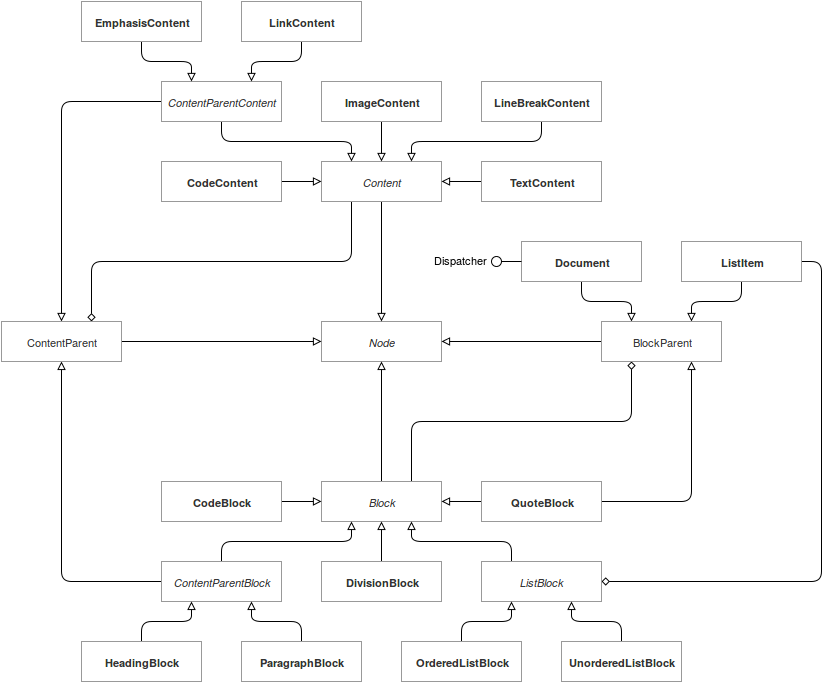
markdom/specification keeps this draw.io diagram as 1.0/resource/markdom-nodes.png. Above is the earlier version. Source tidied: cells renumbered, new cells last; positions are measured from the earlier drawing's top-left corner, leaving out a move shared by most shapes.
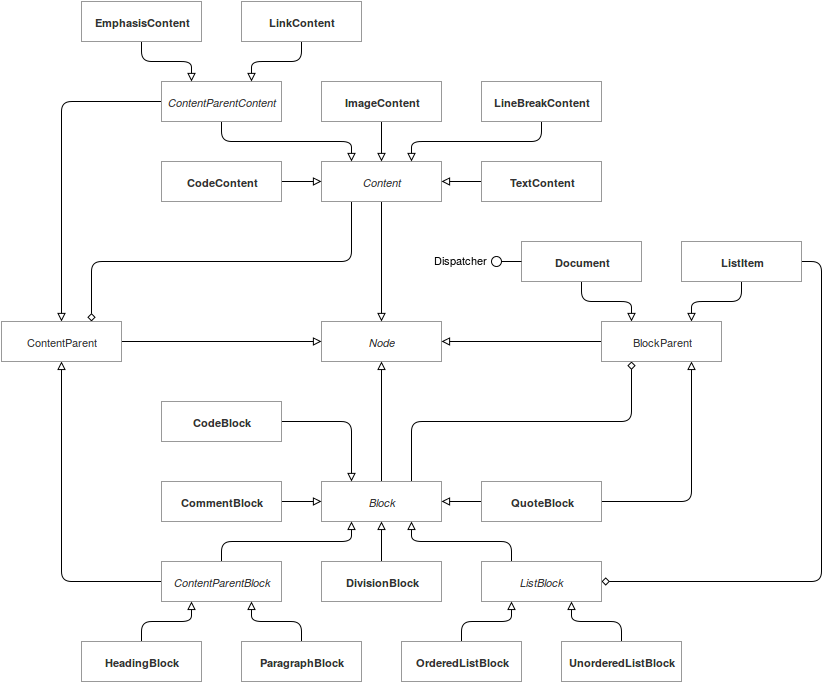
After the change.

Change to the diagram source:
```diff
@@ -64,7 +64,7 @@
     <mxCell id="20" style="edgeStyle=orthogonalEdgeStyle;rounded=0;html=1;exitX=1;exitY=0.5;entryX=0;entryY=0.5;endArrow=block;endFill=0;jettySize=auto;fontColor=#333333;fontSize=11;" parent="1" edge="1" source="21" target="7">
       <mxGeometry relative="1" as="geometry" />
     </mxCell>
-    <mxCell id="21" value="&lt;b&gt;CodeBlock&lt;/b&gt;" style="whiteSpace=wrap;html=1;strokeColor=#999999;fillColor=#ffffff;fontColor=#333333;fontSize=11;" parent="1" vertex="1">
+    <mxCell id="21" value="&lt;b&gt;CommentBlock&lt;/b&gt;" style="whiteSpace=wrap;html=1;strokeColor=#999999;fillColor=#ffffff;fontColor=#333333;fontSize=11;" parent="1" vertex="1">
       <mxGeometry x="160" y="480" width="120" height="40" as="geometry" />
     </mxCell>
     <mxCell id="22" style="edgeStyle=orthogonalEdgeStyle;rounded=1;html=1;exitX=0.5;exitY=0;entryX=0.25;entryY=1;endArrow=block;endFill=0;jettySize=auto;fontColor=#333333;fontSize=11;" parent="1" edge="1" source="24" target="7">
@@ -171,5 +171,11 @@
     <mxCell id="54" value="&lt;font style=&quot;font-size: 11px&quot;&gt;Dispatcher&lt;/font&gt;" style="text;html=1;strokeColor=none;fillColor=none;align=center;verticalAlign=middle;whiteSpace=wrap;overflow=hidden;fontSize=10;fontColor=#000000;" parent="1" vertex="1">
       <mxGeometry x="423" y="238" width="70" height="40" as="geometry" />
     </mxCell>
+    <mxCell id="55" style="edgeStyle=orthogonalEdgeStyle;rounded=1;html=1;exitX=1;exitY=0.5;entryX=0.25;entryY=0;startArrow=none;startFill=0;endArrow=block;endFill=0;jettySize=auto;strokeColor=#000000;strokeWidth=1;fontSize=10;fontColor=#000000;" parent="1" edge="1" source="56" target="7">
+      <mxGeometry relative="1" as="geometry" />
+    </mxCell>
+    <mxCell id="56" value="&lt;b&gt;CodeBlock&lt;/b&gt;" style="whiteSpace=wrap;html=1;strokeColor=#999999;fillColor=#ffffff;fontColor=#333333;fontSize=11;" parent="1" vertex="1">
+      <mxGeometry x="160" y="400" width="120" height="40" as="geometry" />
+    </mxCell>
   </root>
 </mxGraphModel>
```
